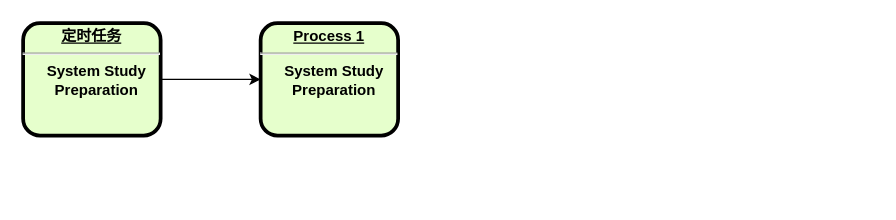
Above: flow.drawio in hellocym/Flow_Illustrations (draw.io), before the change. Source tidied: cells renumbered, new cells numbered last; positions are measured from the earlier drawing's top-left corner, leaving out a move shared by most shapes. Both pictures are drawn from the tidied source at 125%, with x=0, y=0 at pixel (22, 22).
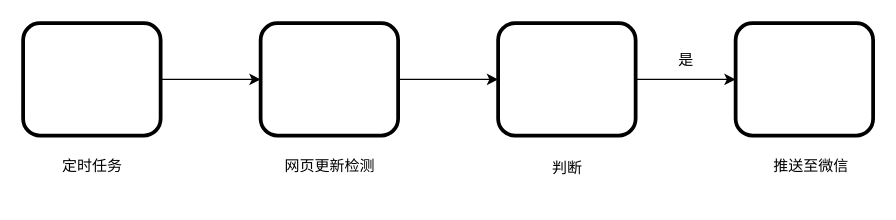
The same diagram, later.

Change to the diagram source:
```diff
@@
 <mxGraphModel>
   <root>
     <mxCell id="0" />
     <mxCell id="1" parent="0" />
-    <mxCell id="2" style="edgeStyle=orthogonalEdgeStyle;rounded=0;jettySize=auto;html=1;" parent="1" edge="1" source="3" target="4">
-      <mxGeometry relative="1" as="geometry" />
-    </mxCell>
+    <mxCell id="5" style="edgeStyle=orthogonalEdgeStyle;rounded=0;jettySize=auto;html=1;" parent="1" edge="1" source="3" target="8">
+      <mxGeometry relative="1" as="geometry" />
+    </mxCell>
-    <mxCell id="3" value="&lt;p style=&quot;margin: 0px; margin-top: 4px; text-align: center; text-decoration: underline;&quot;&gt;定时任务&lt;/p&gt;&lt;hr&gt;&lt;p style=&quot;margin: 0px; margin-left: 8px;&quot;&gt;System Study&lt;/p&gt;&lt;p style=&quot;margin: 0px; margin-left: 8px;&quot;&gt;Preparation&lt;/p&gt;" style="verticalAlign=middle;align=center;overflow=fill;fontSize=12;fontFamily=Helvetica;html=1;rounded=1;fontStyle=1;strokeWidth=3;fillColor=#E6FFCC;" parent="1" vertex="1">
+    <mxCell id="3" value="&lt;p style=&quot;margin: 0px; margin-left: 8px;&quot;&gt;&lt;br&gt;&lt;/p&gt;" style="verticalAlign=middle;align=center;overflow=fill;fontSize=12;fontFamily=Helvetica;html=1;rounded=1;fontStyle=1;strokeWidth=3;fillColor=none;" parent="1" vertex="1">
       <mxGeometry width="110" height="90" as="geometry" />
     </mxCell>
-    <mxCell id="4" value="&lt;p style=&quot;margin: 0px; margin-top: 4px; text-align: center; text-decoration: underline;&quot;&gt;&lt;strong&gt;Process 1&lt;br /&gt;&lt;/strong&gt;&lt;/p&gt;&lt;hr /&gt;&lt;p style=&quot;margin: 0px; margin-left: 8px;&quot;&gt;System Study&lt;/p&gt;&lt;p style=&quot;margin: 0px; margin-left: 8px;&quot;&gt;Preparation&lt;/p&gt;" style="verticalAlign=middle;align=center;overflow=fill;fontSize=12;fontFamily=Helvetica;html=1;rounded=1;fontStyle=1;strokeWidth=3;fillColor=#E6FFCC;" parent="1" vertex="1">
-      <mxGeometry x="190" width="110" height="90" as="geometry" />
-    </mxCell>
+    <mxCell id="6" value="定时任务" style="text;html=1;align=center;verticalAlign=middle;strokeColor=none;fillColor=none;" parent="1" vertex="1">
+      <mxGeometry x="20" y="100" width="70" height="30" as="geometry" />
+    </mxCell>
+    <mxCell id="7" style="edgeStyle=orthogonalEdgeStyle;rounded=0;jettySize=auto;html=1;" parent="1" edge="1" source="8" target="11">
+      <mxGeometry relative="1" as="geometry" />
+    </mxCell>
+    <mxCell id="8" value="&lt;p style=&quot;margin: 0px; margin-left: 8px;&quot;&gt;&lt;br&gt;&lt;/p&gt;" style="verticalAlign=middle;align=center;overflow=fill;fontSize=12;fontFamily=Helvetica;html=1;rounded=1;fontStyle=1;strokeWidth=3;fillColor=none;" parent="1" vertex="1">
+      <mxGeometry x="190" width="110" height="90" as="geometry" />
+    </mxCell>
+    <mxCell id="9" value="网页更新检测" style="text;html=1;align=center;verticalAlign=middle;strokeColor=none;fillColor=none;" parent="1" vertex="1">
+      <mxGeometry x="195" y="100" width="100" height="30" as="geometry" />
+    </mxCell>
+    <mxCell id="10" style="edgeStyle=orthogonalEdgeStyle;curved=1;jettySize=auto;html=1;" parent="1" edge="1" source="11" target="13">
+      <mxGeometry relative="1" as="geometry" />
+    </mxCell>
+    <mxCell id="11" value="&lt;p style=&quot;margin: 0px; margin-left: 8px;&quot;&gt;&lt;br&gt;&lt;/p&gt;" style="verticalAlign=middle;align=center;overflow=fill;fontSize=12;fontFamily=Helvetica;html=1;rounded=1;fontStyle=1;strokeWidth=3;fillColor=none;" parent="1" vertex="1">
+      <mxGeometry x="380" width="110" height="90" as="geometry" />
+    </mxCell>
+    <mxCell id="12" value="&lt;p style=&quot;line-height: 100%;&quot;&gt;判断&lt;br&gt;&lt;/p&gt;" style="text;html=1;align=center;verticalAlign=middle;strokeColor=none;fillColor=none;" parent="1" vertex="1">
+      <mxGeometry x="410" y="90" width="50" height="50" as="geometry" />
+    </mxCell>
+    <mxCell id="13" value="&lt;p style=&quot;margin: 0px; margin-left: 8px;&quot;&gt;&lt;br&gt;&lt;/p&gt;" style="verticalAlign=middle;align=center;overflow=fill;fontSize=12;fontFamily=Helvetica;html=1;rounded=1;fontStyle=1;strokeWidth=3;fillColor=none;" parent="1" vertex="1">
+      <mxGeometry x="570" width="110" height="90" as="geometry" />
+    </mxCell>
+    <mxCell id="14" value="是" style="text;html=1;align=center;verticalAlign=middle;strokeColor=none;fillColor=none;" parent="1" vertex="1">
+      <mxGeometry x="510" y="15" width="40" height="30" as="geometry" />
+    </mxCell>
+    <mxCell id="15" value="推送至微信" style="text;html=1;align=center;verticalAlign=middle;strokeColor=none;fillColor=none;" parent="1" vertex="1">
+      <mxGeometry x="590" y="100" width="80" height="30" as="geometry" />
+    </mxCell>
   </root>
 </mxGraphModel>
```
